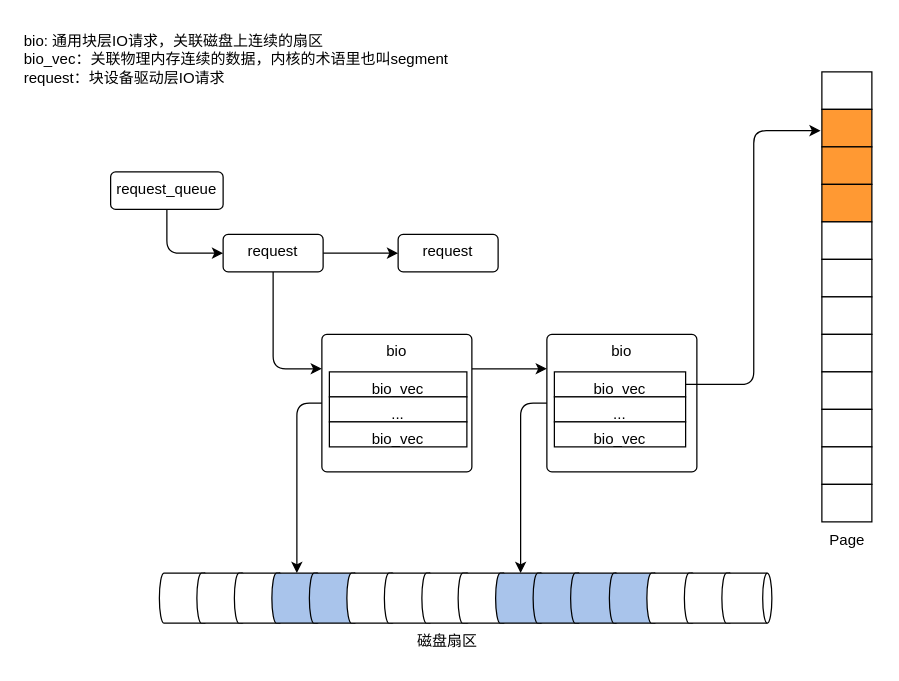
Above: page "块层IO请求" (1 of 9) of linux/linux_block.drawio in Aspiresky/draw.io (draw.io), before the change. Source tidied: cells renumbered, new cells numbered last; positions are measured from the earlier drawing's top-left corner, leaving out a move shared by most shapes. Both pictures are drawn from the tidied source at 125%, with x=0, y=0 at pixel (21, 21).
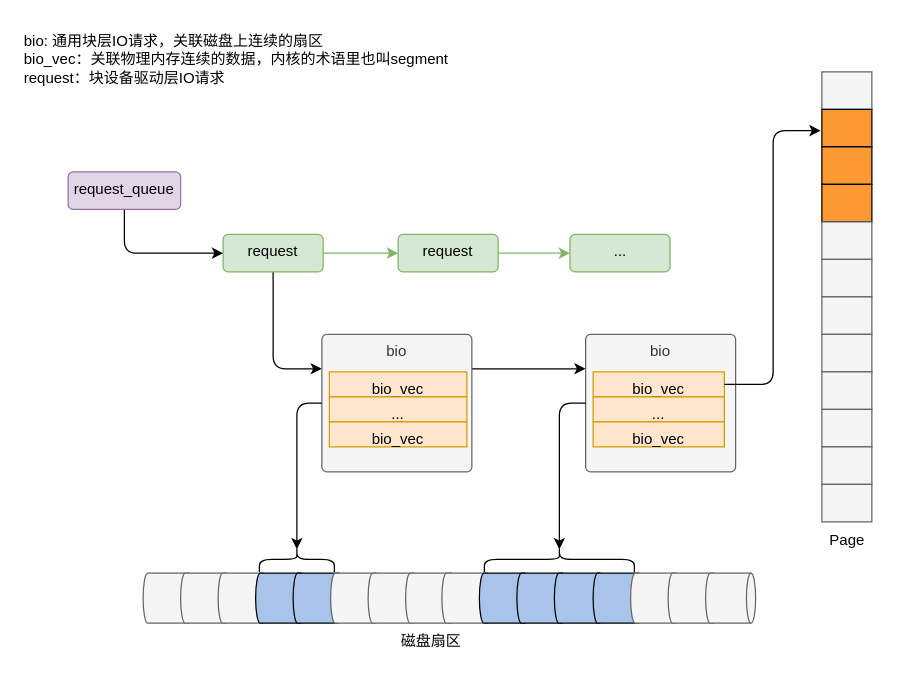
Above is the later version.

What changed in the source:
```diff
@@
-    <mxCell id="2" style="verticalLabelPosition=bottom;verticalAlign=top;html=1;shape=mxgraph.basic.rect;fillColor2=none;strokeWidth=1;size=20;indent=5;" parent="1" vertex="1">
+    <mxCell id="2" style="verticalLabelPosition=bottom;verticalAlign=top;html=1;shape=mxgraph.basic.rect;fillColor2=none;strokeWidth=1;size=20;indent=5;fillColor=#f5f5f5;fontColor=#333333;strokeColor=#666666;" parent="1" vertex="1">
       <mxGeometry x="640" y="40" width="40" height="30" as="geometry" />
     </mxCell>
@@
-    <mxCell id="7" style="strokeWidth=1;html=1;shape=mxgraph.flowchart.direct_data;whiteSpace=wrap;" parent="1" vertex="1">
-      <mxGeometry x="110" y="441" width="40" height="40" as="geometry" />
+    <mxCell id="7" style="strokeWidth=1;html=1;shape=mxgraph.flowchart.direct_data;whiteSpace=wrap;fillColor=#f5f5f5;fontColor=#333333;strokeColor=#666666;" parent="1" vertex="1">
+      <mxGeometry x="97" y="441" width="40" height="40" as="geometry" />
     </mxCell>
-    <mxCell id="8" style="strokeWidth=1;html=1;shape=mxgraph.flowchart.direct_data;whiteSpace=wrap;" parent="1" vertex="1">
-      <mxGeometry x="140" y="441" width="40" height="40" as="geometry" />
+    <mxCell id="8" style="strokeWidth=1;html=1;shape=mxgraph.flowchart.direct_data;whiteSpace=wrap;fillColor=#f5f5f5;fontColor=#333333;strokeColor=#666666;" parent="1" vertex="1">
+      <mxGeometry x="127" y="441" width="40" height="40" as="geometry" />
     </mxCell>
-    <mxCell id="9" style="strokeWidth=1;html=1;shape=mxgraph.flowchart.direct_data;whiteSpace=wrap;" parent="1" vertex="1">
-      <mxGeometry x="170" y="441" width="40" height="40" as="geometry" />
+    <mxCell id="9" style="strokeWidth=1;html=1;shape=mxgraph.flowchart.direct_data;whiteSpace=wrap;fillColor=#f5f5f5;fontColor=#333333;strokeColor=#666666;" parent="1" vertex="1">
+      <mxGeometry x="157" y="441" width="40" height="40" as="geometry" />
     </mxCell>
     <mxCell id="10" style="strokeWidth=1;html=1;shape=mxgraph.flowchart.direct_data;whiteSpace=wrap;fillColor=#A9C4EB;" parent="1" vertex="1">
-      <mxGeometry x="200" y="441" width="40" height="40" as="geometry" />
+      <mxGeometry x="187" y="441" width="40" height="40" as="geometry" />
     </mxCell>
     <mxCell id="11" style="strokeWidth=1;html=1;shape=mxgraph.flowchart.direct_data;whiteSpace=wrap;fillColor=#A9C4EB;" parent="1" vertex="1">
-      <mxGeometry x="230" y="441" width="40" height="40" as="geometry" />
+      <mxGeometry x="217" y="441" width="40" height="40" as="geometry" />
     </mxCell>
-    <mxCell id="12" style="strokeWidth=1;html=1;shape=mxgraph.flowchart.direct_data;whiteSpace=wrap;" parent="1" vertex="1">
-      <mxGeometry x="260" y="441" width="40" height="40" as="geometry" />
+    <mxCell id="12" style="strokeWidth=1;html=1;shape=mxgraph.flowchart.direct_data;whiteSpace=wrap;fillColor=#f5f5f5;fontColor=#333333;strokeColor=#666666;" parent="1" vertex="1">
+      <mxGeometry x="247" y="441" width="40" height="40" as="geometry" />
     </mxCell>
-    <mxCell id="13" style="strokeWidth=1;html=1;shape=mxgraph.flowchart.direct_data;whiteSpace=wrap;" parent="1" vertex="1">
-      <mxGeometry x="290" y="441" width="40" height="40" as="geometry" />
+    <mxCell id="13" style="strokeWidth=1;html=1;shape=mxgraph.flowchart.direct_data;whiteSpace=wrap;fillColor=#f5f5f5;fontColor=#333333;strokeColor=#666666;" parent="1" vertex="1">
+      <mxGeometry x="277" y="441" width="40" height="40" as="geometry" />
     </mxCell>
-    <mxCell id="14" style="strokeWidth=1;html=1;shape=mxgraph.flowchart.direct_data;whiteSpace=wrap;" parent="1" vertex="1">
-      <mxGeometry x="320" y="441" width="40" height="40" as="geometry" />
+    <mxCell id="14" style="strokeWidth=1;html=1;shape=mxgraph.flowchart.direct_data;whiteSpace=wrap;fillColor=#f5f5f5;fontColor=#333333;strokeColor=#666666;" parent="1" vertex="1">
+      <mxGeometry x="307" y="441" width="40" height="40" as="geometry" />
     </mxCell>
-    <mxCell id="15" style="strokeWidth=1;html=1;shape=mxgraph.flowchart.direct_data;whiteSpace=wrap;" parent="1" vertex="1">
-      <mxGeometry x="349" y="441" width="40" height="40" as="geometry" />
+    <mxCell id="15" style="strokeWidth=1;html=1;shape=mxgraph.flowchart.direct_data;whiteSpace=wrap;fillColor=#f5f5f5;fontColor=#333333;strokeColor=#666666;" parent="1" vertex="1">
+      <mxGeometry x="336" y="441" width="40" height="40" as="geometry" />
     </mxCell>
     <mxCell id="16" style="strokeWidth=1;html=1;shape=mxgraph.flowchart.direct_data;whiteSpace=wrap;fillColor=#A9C4EB;" parent="1" vertex="1">
-      <mxGeometry x="379" y="441" width="40" height="40" as="geometry" />
+      <mxGeometry x="366" y="441" width="40" height="40" as="geometry" />
     </mxCell>
     <mxCell id="17" style="strokeWidth=1;html=1;shape=mxgraph.flowchart.direct_data;whiteSpace=wrap;fillColor=#A9C4EB;" parent="1" vertex="1">
-      <mxGeometry x="409" y="441" width="40" height="40" as="geometry" />
+      <mxGeometry x="396" y="441" width="40" height="40" as="geometry" />
     </mxCell>
     <mxCell id="18" style="strokeWidth=1;html=1;shape=mxgraph.flowchart.direct_data;whiteSpace=wrap;fillColor=#A9C4EB;" parent="1" vertex="1">
-      <mxGeometry x="439" y="441" width="40" height="40" as="geometry" />
+      <mxGeometry x="426" y="441" width="40" height="40" as="geometry" />
     </mxCell>
     <mxCell id="19" style="strokeWidth=1;html=1;shape=mxgraph.flowchart.direct_data;whiteSpace=wrap;fillColor=#A9C4EB;" parent="1" vertex="1">
-      <mxGeometry x="470" y="441" width="40" height="40" as="geometry" />
+      <mxGeometry x="457" y="441" width="40" height="40" as="geometry" />
     </mxCell>
-    <mxCell id="20" style="strokeWidth=1;html=1;shape=mxgraph.flowchart.direct_data;whiteSpace=wrap;" parent="1" vertex="1">
-      <mxGeometry x="500" y="441" width="40" height="40" as="geometry" />
+    <mxCell id="20" style="strokeWidth=1;html=1;shape=mxgraph.flowchart.direct_data;whiteSpace=wrap;fillColor=#f5f5f5;fontColor=#333333;strokeColor=#666666;" parent="1" vertex="1">
+      <mxGeometry x="487" y="441" width="40" height="40" as="geometry" />
     </mxCell>
-    <mxCell id="21" style="strokeWidth=1;html=1;shape=mxgraph.flowchart.direct_data;whiteSpace=wrap;" parent="1" vertex="1">
-      <mxGeometry x="530" y="441" width="40" height="40" as="geometry" />
+    <mxCell id="21" style="strokeWidth=1;html=1;shape=mxgraph.flowchart.direct_data;whiteSpace=wrap;fillColor=#f5f5f5;fontColor=#333333;strokeColor=#666666;" parent="1" vertex="1">
+      <mxGeometry x="517" y="441" width="40" height="40" as="geometry" />
     </mxCell>
-    <mxCell id="22" style="strokeWidth=1;html=1;shape=mxgraph.flowchart.direct_data;whiteSpace=wrap;" parent="1" vertex="1">
-      <mxGeometry x="560" y="441" width="40" height="40" as="geometry" />
+    <mxCell id="22" style="strokeWidth=1;html=1;shape=mxgraph.flowchart.direct_data;whiteSpace=wrap;fillColor=#f5f5f5;fontColor=#333333;strokeColor=#666666;" parent="1" vertex="1">
+      <mxGeometry x="547" y="441" width="40" height="40" as="geometry" />
     </mxCell>
     <mxCell id="23" value="磁盘扇区" style="text;html=1;align=center;verticalAlign=middle;strokeColor=none;fillColor=none;" parent="1" vertex="1">
-      <mxGeometry x="305" y="481" width="70" height="30" as="geometry" />
+      <mxGeometry x="292" y="481" width="70" height="30" as="geometry" />
     </mxCell>
-    <mxCell id="24" style="verticalLabelPosition=bottom;verticalAlign=top;html=1;shape=mxgraph.basic.rect;fillColor2=none;strokeWidth=1;size=20;indent=5;" parent="1" vertex="1">
+    <mxCell id="24" style="verticalLabelPosition=bottom;verticalAlign=top;html=1;shape=mxgraph.basic.rect;fillColor2=none;strokeWidth=1;size=20;indent=5;fillColor=#f5f5f5;fontColor=#333333;strokeColor=#666666;" parent="1" vertex="1">
       <mxGeometry x="640" y="160" width="40" height="30" as="geometry" />
     </mxCell>
-    <mxCell id="25" style="verticalLabelPosition=bottom;verticalAlign=top;html=1;shape=mxgraph.basic.rect;fillColor2=none;strokeWidth=1;size=11;indent=5;" parent="1" vertex="1">
+    <mxCell id="25" style="verticalLabelPosition=bottom;verticalAlign=top;html=1;shape=mxgraph.basic.rect;fillColor2=none;strokeWidth=1;size=11;indent=5;fillColor=#f5f5f5;fontColor=#333333;strokeColor=#666666;" parent="1" vertex="1">
       <mxGeometry x="640" y="190" width="40" height="30" as="geometry" />
     </mxCell>
-    <mxCell id="26" style="verticalLabelPosition=bottom;verticalAlign=top;html=1;shape=mxgraph.basic.rect;fillColor2=none;strokeWidth=1;size=11;indent=5;" parent="1" vertex="1">
+    <mxCell id="26" style="verticalLabelPosition=bottom;verticalAlign=top;html=1;shape=mxgraph.basic.rect;fillColor2=none;strokeWidth=1;size=11;indent=5;fillColor=#f5f5f5;fontColor=#333333;strokeColor=#666666;" parent="1" vertex="1">
       <mxGeometry x="640" y="220" width="40" height="30" as="geometry" />
     </mxCell>
-    <mxCell id="27" style="verticalLabelPosition=bottom;verticalAlign=top;html=1;shape=mxgraph.basic.rect;fillColor2=none;strokeWidth=1;size=11;indent=5;" parent="1" vertex="1">
+    <mxCell id="27" style="verticalLabelPosition=bottom;verticalAlign=top;html=1;shape=mxgraph.basic.rect;fillColor2=none;strokeWidth=1;size=11;indent=5;fillColor=#f5f5f5;fontColor=#333333;strokeColor=#666666;" parent="1" vertex="1">
       <mxGeometry x="640" y="250" width="40" height="30" as="geometry" />
     </mxCell>
-    <mxCell id="28" style="verticalLabelPosition=bottom;verticalAlign=top;html=1;shape=mxgraph.basic.rect;fillColor2=none;strokeWidth=1;size=20;indent=5;" parent="1" vertex="1">
+    <mxCell id="28" style="verticalLabelPosition=bottom;verticalAlign=top;html=1;shape=mxgraph.basic.rect;fillColor2=none;strokeWidth=1;size=20;indent=5;fillColor=#f5f5f5;fontColor=#333333;strokeColor=#666666;" parent="1" vertex="1">
       <mxGeometry x="640" y="280" width="40" height="30" as="geometry" />
     </mxCell>
-    <mxCell id="29" style="verticalLabelPosition=bottom;verticalAlign=top;html=1;shape=mxgraph.basic.rect;fillColor2=none;strokeWidth=1;size=11;indent=5;" parent="1" vertex="1">
+    <mxCell id="29" style="verticalLabelPosition=bottom;verticalAlign=top;html=1;shape=mxgraph.basic.rect;fillColor2=none;strokeWidth=1;size=11;indent=5;fillColor=#f5f5f5;fontColor=#333333;strokeColor=#666666;" parent="1" vertex="1">
       <mxGeometry x="640" y="310" width="40" height="30" as="geometry" />
     </mxCell>
-    <mxCell id="30" style="verticalLabelPosition=bottom;verticalAlign=top;html=1;shape=mxgraph.basic.rect;fillColor2=none;strokeWidth=1;size=11;indent=5;" parent="1" vertex="1">
+    <mxCell id="30" style="verticalLabelPosition=bottom;verticalAlign=top;html=1;shape=mxgraph.basic.rect;fillColor2=none;strokeWidth=1;size=11;indent=5;fillColor=#f5f5f5;fontColor=#333333;strokeColor=#666666;" parent="1" vertex="1">
       <mxGeometry x="640" y="340" width="40" height="30" as="geometry" />
     </mxCell>
-    <mxCell id="31" style="verticalLabelPosition=bottom;verticalAlign=top;html=1;shape=mxgraph.basic.rect;fillColor2=none;strokeWidth=1;size=11;indent=5;" parent="1" vertex="1">
+    <mxCell id="31" style="verticalLabelPosition=bottom;verticalAlign=top;html=1;shape=mxgraph.basic.rect;fillColor2=none;strokeWidth=1;size=11;indent=5;fillColor=#f5f5f5;fontColor=#333333;strokeColor=#666666;" parent="1" vertex="1">
       <mxGeometry x="640" y="370" width="40" height="30" as="geometry" />
     </mxCell>
-    <mxCell id="32" value="bio" style="rounded=1;whiteSpace=wrap;html=1;verticalAlign=top;absoluteArcSize=1;arcSize=8;" parent="1" vertex="1">
-      <mxGeometry x="420" y="250" width="120" height="110" as="geometry" />
+    <mxCell id="32" value="bio" style="rounded=1;whiteSpace=wrap;html=1;verticalAlign=top;absoluteArcSize=1;arcSize=8;fillColor=#f5f5f5;fontColor=#333333;strokeColor=#666666;" parent="1" vertex="1">
+      <mxGeometry x="451" y="250" width="120" height="110" as="geometry" />
     </mxCell>
-    <mxCell id="33" value="bio_vec" style="rounded=0;whiteSpace=wrap;html=1;verticalAlign=top;absoluteArcSize=1;arcSize=8;" parent="1" vertex="1">
-      <mxGeometry x="426" y="280" width="105" height="20" as="geometry" />
+    <mxCell id="33" value="bio_vec" style="rounded=0;whiteSpace=wrap;html=1;verticalAlign=top;absoluteArcSize=1;arcSize=8;fillColor=#ffe6cc;strokeColor=#d79b00;" parent="1" vertex="1">
+      <mxGeometry x="457" y="280" width="105" height="20" as="geometry" />
     </mxCell>
-    <mxCell id="34" value="..." style="rounded=0;whiteSpace=wrap;html=1;verticalAlign=top;absoluteArcSize=1;arcSize=8;" parent="1" vertex="1">
-      <mxGeometry x="426" y="300" width="105" height="20" as="geometry" />
+    <mxCell id="34" value="..." style="rounded=0;whiteSpace=wrap;html=1;verticalAlign=top;absoluteArcSize=1;arcSize=8;fillColor=#ffe6cc;strokeColor=#d79b00;" parent="1" vertex="1">
+      <mxGeometry x="457" y="300" width="105" height="20" as="geometry" />
     </mxCell>
@@
-    <mxCell id="36" style="edgeStyle=orthogonalEdgeStyle;rounded=0;jettySize=auto;html=1;entryX=0;entryY=0.5;entryDx=0;entryDy=0;" parent="1" edge="1" source="37" target="50">
+    <mxCell id="36" style="edgeStyle=orthogonalEdgeStyle;rounded=0;jettySize=auto;html=1;entryX=0;entryY=0.5;entryDx=0;entryDy=0;fillColor=#d5e8d4;strokeColor=#82b366;" parent="1" edge="1" source="37" target="50">
       <mxGeometry relative="1" as="geometry" />
     </mxCell>
-    <mxCell id="37" value="request" style="rounded=1;whiteSpace=wrap;html=1;verticalAlign=top;absoluteArcSize=1;arcSize=8;" parent="1" vertex="1">
+    <mxCell id="37" value="request" style="rounded=1;whiteSpace=wrap;html=1;verticalAlign=top;absoluteArcSize=1;arcSize=8;fillColor=#d5e8d4;strokeColor=#82b366;" parent="1" vertex="1">
       <mxGeometry x="161" y="170" width="80" height="30" as="geometry" />
     </mxCell>
-    <mxCell id="38" value="bio_vec" style="rounded=0;whiteSpace=wrap;html=1;verticalAlign=top;absoluteArcSize=1;arcSize=8;" parent="1" vertex="1">
-      <mxGeometry x="426" y="320" width="105" height="20" as="geometry" />
+    <mxCell id="38" value="bio_vec" style="rounded=0;whiteSpace=wrap;html=1;verticalAlign=top;absoluteArcSize=1;arcSize=8;fillColor=#ffe6cc;strokeColor=#d79b00;" parent="1" vertex="1">
+      <mxGeometry x="457" y="320" width="105" height="20" as="geometry" />
     </mxCell>
-    <mxCell id="39" style="edgeStyle=orthogonalEdgeStyle;rounded=1;jettySize=auto;html=1;exitX=0;exitY=0.5;exitDx=0;exitDy=0;entryX=0.5;entryY=0;entryDx=0;entryDy=0;entryPerimeter=0;curved=0;" parent="1" edge="1" source="32" target="16">
+    <mxCell id="39" style="edgeStyle=orthogonalEdgeStyle;rounded=1;jettySize=auto;html=1;exitX=0;exitY=0.5;exitDx=0;exitDy=0;curved=0;entryX=0.1;entryY=0.5;entryDx=0;entryDy=0;entryPerimeter=0;" parent="1" edge="1" source="32" target="54">
       <mxGeometry relative="1" as="geometry" />
     </mxCell>
@@
-    <mxCell id="42" value="bio" style="rounded=1;whiteSpace=wrap;html=1;verticalAlign=top;absoluteArcSize=1;arcSize=8;" parent="1" vertex="1">
+    <mxCell id="42" value="bio" style="rounded=1;whiteSpace=wrap;html=1;verticalAlign=top;absoluteArcSize=1;arcSize=8;fillColor=#f5f5f5;strokeColor=#666666;fontColor=#333333;" parent="1" vertex="1">
       <mxGeometry x="240" y="250" width="120" height="110" as="geometry" />
     </mxCell>
-    <mxCell id="43" value="bio_vec" style="rounded=0;whiteSpace=wrap;html=1;verticalAlign=top;absoluteArcSize=1;arcSize=8;" parent="1" vertex="1">
+    <mxCell id="43" value="bio_vec" style="rounded=0;whiteSpace=wrap;html=1;verticalAlign=top;absoluteArcSize=1;arcSize=8;fillColor=#ffe6cc;strokeColor=#d79b00;" parent="1" vertex="1">
       <mxGeometry x="246" y="280" width="110" height="20" as="geometry" />
     </mxCell>
-    <mxCell id="44" value="..." style="rounded=0;whiteSpace=wrap;html=1;verticalAlign=top;absoluteArcSize=1;arcSize=8;" parent="1" vertex="1">
+    <mxCell id="44" value="..." style="rounded=0;whiteSpace=wrap;html=1;verticalAlign=top;absoluteArcSize=1;arcSize=8;fillColor=#ffe6cc;strokeColor=#d79b00;" parent="1" vertex="1">
       <mxGeometry x="246" y="300" width="110" height="20" as="geometry" />
     </mxCell>
-    <mxCell id="45" value="bio_vec" style="rounded=0;whiteSpace=wrap;html=1;verticalAlign=top;absoluteArcSize=1;arcSize=8;" parent="1" vertex="1">
+    <mxCell id="45" value="bio_vec" style="rounded=0;whiteSpace=wrap;html=1;verticalAlign=top;absoluteArcSize=1;arcSize=8;fillColor=#ffe6cc;strokeColor=#d79b00;" parent="1" vertex="1">
       <mxGeometry x="246" y="320" width="110" height="20" as="geometry" />
     </mxCell>
-    <mxCell id="46" style="edgeStyle=orthogonalEdgeStyle;rounded=1;jettySize=auto;html=1;entryX=0;entryY=0.5;entryDx=0;entryDy=0;curved=0;" parent="1" edge="1" source="47" target="37">
+    <mxCell id="46" style="edgeStyle=orthogonalEdgeStyle;rounded=1;jettySize=auto;html=1;exitX=0.5;exitY=1;exitDx=0;exitDy=0;entryX=0;entryY=0.5;entryDx=0;entryDy=0;curved=0;" parent="1" edge="1" source="47" target="37">
       <mxGeometry relative="1" as="geometry" />
     </mxCell>
-    <mxCell id="47" value="request_queue" style="rounded=1;whiteSpace=wrap;html=1;verticalAlign=top;absoluteArcSize=1;arcSize=8;" parent="1" vertex="1">
-      <mxGeometry x="71" y="120" width="90" height="30" as="geometry" />
+    <mxCell id="47" value="request_queue" style="rounded=1;whiteSpace=wrap;html=1;verticalAlign=top;absoluteArcSize=1;arcSize=8;fillColor=#e1d5e7;strokeColor=#9673a6;" parent="1" vertex="1">
+      <mxGeometry x="37" y="120" width="90" height="30" as="geometry" />
     </mxCell>
-    <mxCell id="48" style="edgeStyle=orthogonalEdgeStyle;rounded=1;jettySize=auto;html=1;entryX=0.5;entryY=0;entryDx=0;entryDy=0;entryPerimeter=0;exitX=0;exitY=0.5;exitDx=0;exitDy=0;curved=0;" parent="1" edge="1" source="42" target="10">
+    <mxCell id="48" style="edgeStyle=orthogonalEdgeStyle;rounded=1;jettySize=auto;html=1;exitX=0;exitY=0.5;exitDx=0;exitDy=0;curved=0;entryX=0.1;entryY=0.5;entryDx=0;entryDy=0;entryPerimeter=0;" parent="1" edge="1" source="42" target="53">
       <mxGeometry relative="1" as="geometry" />
     </mxCell>
@@
+    <mxCell id="51" style="edgeStyle=orthogonalEdgeStyle;rounded=0;jettySize=auto;html=1;fillColor=#d5e8d4;strokeColor=#82b366;" parent="1" edge="1" source="50" target="52">
+      <mxGeometry relative="1" as="geometry" />
+    </mxCell>
-    <mxCell id="50" value="request" style="rounded=1;whiteSpace=wrap;html=1;verticalAlign=top;absoluteArcSize=1;arcSize=8;" parent="1" vertex="1">
+    <mxCell id="50" value="request" style="rounded=1;whiteSpace=wrap;html=1;verticalAlign=top;absoluteArcSize=1;arcSize=8;fillColor=#d5e8d4;strokeColor=#82b366;" parent="1" vertex="1">
       <mxGeometry x="301" y="170" width="80" height="30" as="geometry" />
     </mxCell>
+    <mxCell id="52" value="..." style="rounded=1;whiteSpace=wrap;html=1;verticalAlign=top;absoluteArcSize=1;arcSize=8;fillColor=#d5e8d4;strokeColor=#82b366;" parent="1" vertex="1">
+      <mxGeometry x="438.5" y="170" width="80" height="30" as="geometry" />
+    </mxCell>
+    <mxCell id="53" style="shape=curlyBracket;whiteSpace=wrap;html=1;rounded=1;labelPosition=left;verticalLabelPosition=middle;align=right;verticalAlign=middle;rotation=90;" parent="1" vertex="1">
+      <mxGeometry x="210" y="400" width="20" height="60" as="geometry" />
+    </mxCell>
+    <mxCell id="54" style="shape=curlyBracket;whiteSpace=wrap;html=1;rounded=1;labelPosition=left;verticalLabelPosition=middle;align=right;verticalAlign=middle;rotation=90;" parent="1" vertex="1">
+      <mxGeometry x="420" y="370" width="20" height="120" as="geometry" />
+    </mxCell>
```
